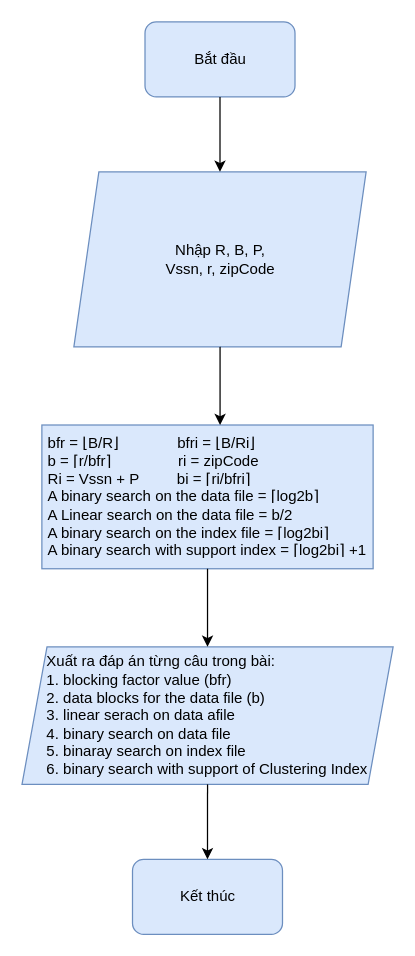
This is Nam3_HK1/CSDL_SQL_Plus/Baitap/!TieuLuan/Clustering Index.drawio from EdgarIgnite16/SGU-Course, a draw.io file, before an edit. Source tidied: cells renumbered, new cells numbered last; positions are measured from the earlier drawing's top-left corner, leaving out a move shared by most shapes. Both pictures are drawn from the tidied source at 125%, with x=0, y=0 at pixel (21, 21).
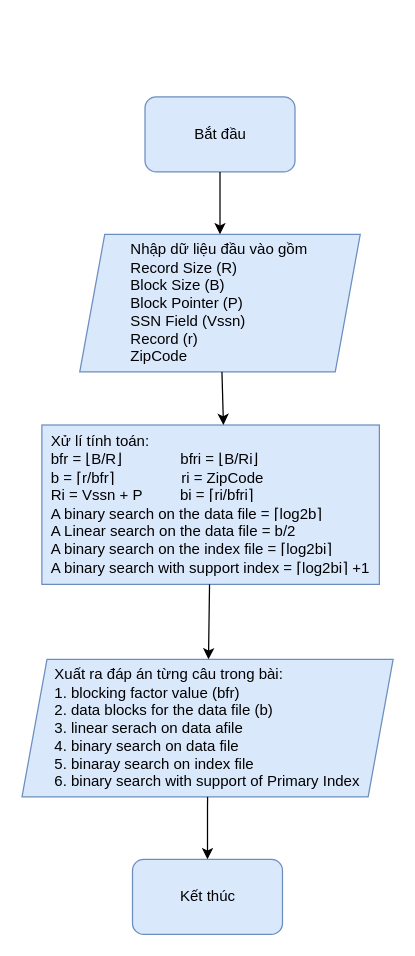
After the change.

What changed in the source:
```diff
@@
 <mxGraphModel>
   <root>
     <mxCell id="0" />
     <mxCell id="1" parent="0" />
     <mxCell id="2" value="Bắt đầu" style="rounded=1;whiteSpace=wrap;html=1;fillColor=#dae8fc;strokeColor=#6c8ebf;" parent="1" vertex="1">
-      <mxGeometry x="98.5" width="120" height="60" as="geometry" />
+      <mxGeometry x="98.5" y="60" width="120" height="60" as="geometry" />
     </mxCell>
-    <mxCell id="3" value="Nhập R, B, P,&lt;br&gt;Vssn, r, zipCode" style="shape=parallelogram;perimeter=parallelogramPerimeter;whiteSpace=wrap;html=1;fixedSize=1;fillColor=#dae8fc;strokeColor=#6c8ebf;" parent="1" vertex="1">
-      <mxGeometry x="41.6" y="120" width="233.8" height="140" as="geometry" />
-    </mxCell>
-    <mxCell id="4" value="&lt;div style=&quot;text-align: justify&quot;&gt;&lt;span&gt;bfr = ⌊B/R⌋&amp;nbsp;&amp;nbsp; &amp;nbsp; &amp;nbsp; &amp;nbsp; &amp;nbsp; &amp;nbsp; &amp;nbsp;bfri = ⌊B/Ri⌋&lt;/span&gt;&lt;br&gt;&lt;/div&gt;&lt;div style=&quot;text-align: justify&quot;&gt;&lt;span&gt;b = ⌈r/bfr⌉&amp;nbsp; &amp;nbsp; &amp;nbsp; &amp;nbsp; &amp;nbsp; &amp;nbsp; &amp;nbsp; &amp;nbsp; ri = zipCode&lt;/span&gt;&lt;/div&gt;&lt;div style=&quot;text-align: justify&quot;&gt;&lt;span&gt;Ri = Vssn + P&amp;nbsp; &amp;nbsp; &amp;nbsp; &amp;nbsp; &amp;nbsp;bi = ⌈ri/bfri⌉&lt;/span&gt;&lt;/div&gt;&lt;div style=&quot;text-align: justify&quot;&gt;&lt;span&gt;A binary search on the data file = ⌈log2b⌉&lt;/span&gt;&lt;/div&gt;&lt;div style=&quot;text-align: justify&quot;&gt;&lt;span&gt;A Linear search on the data file = b/2&lt;/span&gt;&lt;/div&gt;&lt;div style=&quot;text-align: justify&quot;&gt;&lt;span&gt;A binary search on the index file = ⌈log2bi⌉&lt;/span&gt;&lt;/div&gt;&lt;div style=&quot;text-align: justify&quot;&gt;&lt;span&gt;A binary search with support index = ⌈log2bi⌉ +1&lt;/span&gt;&lt;/div&gt;" style="rounded=0;whiteSpace=wrap;html=1;fillColor=#dae8fc;strokeColor=#6c8ebf;" parent="1" vertex="1">
-      <mxGeometry x="16" y="322.5" width="265" height="115" as="geometry" />
-    </mxCell>
-    <mxCell id="5" style="endArrow=classic;html=1;rounded=0;" parent="1" edge="1" source="2" target="3">
-      <mxGeometry relative="1" as="geometry" />
-    </mxCell>
-    <mxCell id="6" style="endArrow=classic;html=1;rounded=0;entryX=0.538;entryY=0;entryDx=0;entryDy=0;entryPerimeter=0;" parent="1" edge="1" source="3" target="4">
-      <mxGeometry relative="1" as="geometry" />
-    </mxCell>
-    <mxCell id="7" value="&lt;div style=&quot;text-align: justify&quot;&gt;&lt;span&gt;Xuất ra đáp án từng câu trong bài:&lt;/span&gt;&lt;/div&gt;&lt;div style=&quot;text-align: justify&quot;&gt;&lt;span&gt;1. blocking factor value (bfr)&lt;/span&gt;&lt;/div&gt;&lt;div style=&quot;text-align: justify&quot;&gt;&lt;span&gt;2. data blocks for the data file (b)&lt;/span&gt;&lt;/div&gt;&lt;div style=&quot;text-align: justify&quot;&gt;&lt;span&gt;3. linear serach on data afile&lt;/span&gt;&lt;/div&gt;&lt;div style=&quot;text-align: justify&quot;&gt;&lt;span&gt;4. binary search on data file&lt;/span&gt;&lt;/div&gt;&lt;div style=&quot;text-align: justify&quot;&gt;&lt;span&gt;5. binaray search on index file&lt;/span&gt;&lt;/div&gt;&lt;div style=&quot;text-align: justify&quot;&gt;&lt;span&gt;6. binary search with support of Clustering Index&lt;/span&gt;&lt;/div&gt;" style="shape=parallelogram;perimeter=parallelogramPerimeter;whiteSpace=wrap;html=1;fixedSize=1;fillColor=#dae8fc;strokeColor=#6c8ebf;align=center;" parent="1" vertex="1">
-      <mxGeometry x="0.1" y="500" width="296.9" height="110" as="geometry" />
-    </mxCell>
-    <mxCell id="8" style="endArrow=classic;html=1;rounded=0;" parent="1" edge="1" source="4" target="7">
-      <mxGeometry relative="1" as="geometry" />
-    </mxCell>
+    <mxCell id="11" value="&lt;div style=&quot;text-align: justify&quot;&gt;&lt;span&gt;Nhập dữ liệu đầu vào gồm&lt;/span&gt;&lt;/div&gt;&lt;div style=&quot;text-align: justify&quot;&gt;&lt;span&gt;Record Size (R)&amp;nbsp;&lt;/span&gt;&lt;/div&gt;&lt;div style=&quot;text-align: justify&quot;&gt;&lt;span&gt;Block Size (B)&lt;/span&gt;&lt;/div&gt;&lt;div style=&quot;text-align: justify&quot;&gt;&lt;span&gt;Block Pointer (P)&lt;/span&gt;&lt;/div&gt;&lt;div style=&quot;text-align: justify&quot;&gt;&lt;span&gt;SSN Field (Vssn)&lt;/span&gt;&lt;/div&gt;&lt;div style=&quot;text-align: justify&quot;&gt;&lt;span&gt;Record (r)&lt;/span&gt;&lt;/div&gt;&lt;div style=&quot;text-align: justify&quot;&gt;&lt;span&gt;ZipCode&lt;/span&gt;&lt;/div&gt;" style="shape=parallelogram;perimeter=parallelogramPerimeter;whiteSpace=wrap;html=1;fixedSize=1;fillColor=#dae8fc;strokeColor=#6c8ebf;" parent="1" vertex="1">
+      <mxGeometry x="46.3" y="170" width="224.4" height="110" as="geometry" />
+    </mxCell>
+    <mxCell id="12" value="&lt;div style=&quot;text-align: justify&quot;&gt;Xử lí tính toán:&amp;nbsp;&lt;/div&gt;&lt;div style=&quot;text-align: justify&quot;&gt;&lt;span&gt;bfr = ⌊B/R⌋&amp;nbsp;&amp;nbsp; &amp;nbsp; &amp;nbsp; &amp;nbsp; &amp;nbsp; &amp;nbsp; &amp;nbsp;bfri = ⌊B/Ri⌋&lt;/span&gt;&lt;br&gt;&lt;/div&gt;&lt;div style=&quot;text-align: justify&quot;&gt;&lt;span&gt;b = ⌈r/bfr⌉&amp;nbsp; &amp;nbsp; &amp;nbsp; &amp;nbsp; &amp;nbsp; &amp;nbsp; &amp;nbsp; &amp;nbsp; ri = ZipCode&lt;/span&gt;&lt;/div&gt;&lt;div style=&quot;text-align: justify&quot;&gt;&lt;span&gt;Ri = Vssn + P&amp;nbsp; &amp;nbsp; &amp;nbsp; &amp;nbsp; &amp;nbsp;bi = ⌈ri/bfri⌉&lt;/span&gt;&lt;/div&gt;&lt;div style=&quot;text-align: justify&quot;&gt;&lt;span&gt;A binary search on the data file = ⌈log2b⌉&lt;/span&gt;&lt;/div&gt;&lt;div style=&quot;text-align: justify&quot;&gt;&lt;span&gt;A Linear search on the data file = b/2&lt;/span&gt;&lt;/div&gt;&lt;div style=&quot;text-align: justify&quot;&gt;&lt;span&gt;A binary search on the index file = ⌈log2bi⌉&lt;/span&gt;&lt;/div&gt;&lt;div style=&quot;text-align: justify&quot;&gt;&lt;span&gt;A binary search with support index = ⌈log2bi⌉ +1&lt;/span&gt;&lt;/div&gt;" style="rounded=0;whiteSpace=wrap;html=1;fillColor=#dae8fc;strokeColor=#6c8ebf;" parent="1" vertex="1">
+      <mxGeometry x="16" y="322.5" width="270" height="127.5" as="geometry" />
+    </mxCell>
+    <mxCell id="13" style="endArrow=classic;html=1;rounded=0;" parent="1" edge="1" source="2" target="11">
+      <mxGeometry relative="1" as="geometry" />
+    </mxCell>
+    <mxCell id="14" style="endArrow=classic;html=1;rounded=0;entryX=0.538;entryY=0;entryDx=0;entryDy=0;entryPerimeter=0;" parent="1" edge="1" source="11" target="12">
+      <mxGeometry relative="1" as="geometry" />
+    </mxCell>
+    <mxCell id="15" value="&lt;div style=&quot;text-align: justify&quot;&gt;&lt;span&gt;Xuất ra đáp án từng câu trong bài:&lt;/span&gt;&lt;/div&gt;&lt;div style=&quot;text-align: justify&quot;&gt;&lt;span&gt;1. blocking factor value (bfr)&lt;/span&gt;&lt;/div&gt;&lt;div style=&quot;text-align: justify&quot;&gt;&lt;span&gt;2. data blocks for the data file (b)&lt;/span&gt;&lt;/div&gt;&lt;div style=&quot;text-align: justify&quot;&gt;&lt;span&gt;3. linear serach on data afile&lt;/span&gt;&lt;/div&gt;&lt;div style=&quot;text-align: justify&quot;&gt;&lt;span&gt;4. binary search on data file&lt;/span&gt;&lt;/div&gt;&lt;div style=&quot;text-align: justify&quot;&gt;&lt;span&gt;5. binaray search on index file&lt;/span&gt;&lt;/div&gt;&lt;div style=&quot;text-align: justify&quot;&gt;&lt;span&gt;6. binary search with support of Primary Index&lt;/span&gt;&lt;/div&gt;" style="shape=parallelogram;perimeter=parallelogramPerimeter;whiteSpace=wrap;html=1;fixedSize=1;fillColor=#dae8fc;strokeColor=#6c8ebf;align=center;" parent="1" vertex="1">
+      <mxGeometry x="0.1" y="510" width="296.9" height="110" as="geometry" />
+    </mxCell>
+    <mxCell id="16" style="endArrow=classic;html=1;rounded=0;" parent="1" edge="1" source="12" target="15">
+      <mxGeometry relative="1" as="geometry" />
+    </mxCell>
     <mxCell id="9" value="Kết thúc" style="rounded=1;whiteSpace=wrap;html=1;fillColor=#dae8fc;strokeColor=#6c8ebf;" parent="1" vertex="1">
       <mxGeometry x="88.5" y="670" width="120" height="60" as="geometry" />
     </mxCell>
-    <mxCell id="10" style="endArrow=classic;html=1;rounded=0;" parent="1" edge="1" source="7" target="9">
-      <mxGeometry relative="1" as="geometry" />
-    </mxCell>
+    <mxCell id="17" style="endArrow=classic;html=1;rounded=0;" parent="1" edge="1" source="15" target="9">
+      <mxGeometry relative="1" as="geometry" />
+    </mxCell>
   </root>
 </mxGraphModel>
```
